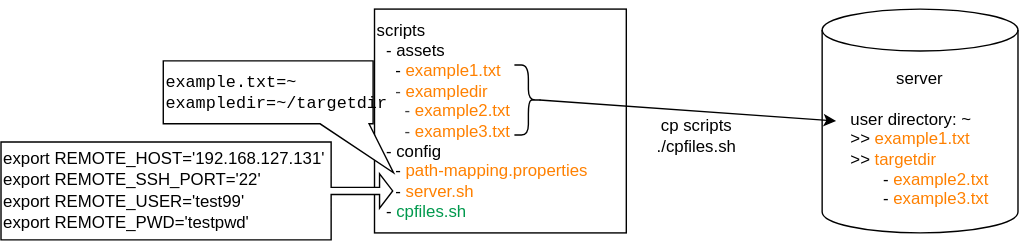
This is docs/assets/scripts/cpfiles.svg from saidake/simi-sandbox, a draw.io export, as it was before one commit. Source tidied: cells renumbered, new cells last; positions are measured from the earlier drawing's top-left corner, leaving out a move shared by most shapes.
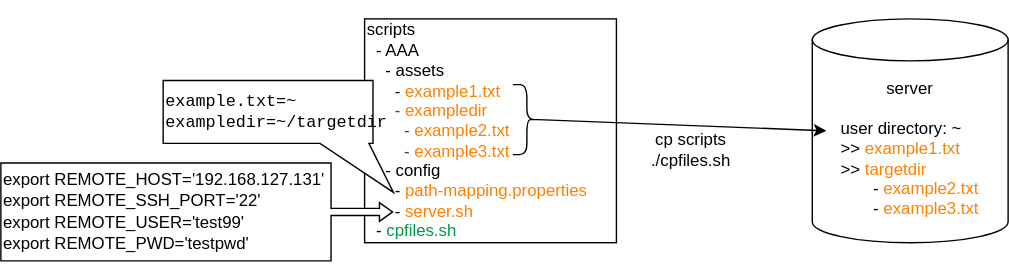
Later version of the same file.

What changed in the source:
```diff
@@ -2,20 +2,20 @@
   <root>
     <mxCell id="0" />
     <mxCell id="1" parent="0" />
-    <mxCell id="2" value="&lt;div&gt;&lt;br&gt;&lt;/div&gt;scripts&lt;div&gt;&amp;nbsp; - assets&lt;/div&gt;&lt;div&gt;&amp;nbsp; &amp;nbsp; - &lt;font style=&quot;color: rgb(255, 128, 0);&quot;&gt;example1.txt&lt;/font&gt;&lt;/div&gt;&lt;div&gt;&lt;font style=&quot;color: rgb(255, 128, 0);&quot;&gt;&amp;nbsp; &amp;nbsp;&amp;nbsp;&lt;/font&gt;&lt;span style=&quot;color: rgb(63, 63, 63); background-color: transparent;&quot;&gt;- &lt;/span&gt;&lt;span style=&quot;background-color: transparent;&quot;&gt;&lt;font style=&quot;color: rgb(255, 128, 0);&quot;&gt;exampledir&lt;/font&gt;&lt;/span&gt;&lt;/div&gt;&lt;div&gt;&lt;span style=&quot;color: rgb(63, 63, 63); background-color: transparent;&quot;&gt;&amp;nbsp; &amp;nbsp; &amp;nbsp; - &lt;/span&gt;&lt;span style=&quot;background-color: transparent;&quot;&gt;&lt;font style=&quot;color: rgb(255, 128, 0);&quot;&gt;example2.txt&lt;/font&gt;&lt;/span&gt;&lt;/div&gt;&lt;div&gt;&lt;span style=&quot;color: rgb(63, 63, 63); background-color: transparent;&quot;&gt;&amp;nbsp; &amp;nbsp; &amp;nbsp; - &lt;/span&gt;&lt;span style=&quot;background-color: transparent;&quot;&gt;&lt;font style=&quot;color: rgb(255, 128, 0);&quot;&gt;example3.txt&lt;/font&gt;&lt;/span&gt;&lt;/div&gt;&lt;div&gt;&amp;nbsp; - config&lt;/div&gt;&lt;div&gt;&amp;nbsp; &amp;nbsp; - &lt;font style=&quot;color: rgb(255, 128, 0);&quot;&gt;path-mapping.properties&lt;/font&gt;&lt;/div&gt;&lt;div&gt;&lt;font style=&quot;color: rgb(255, 128, 0);&quot;&gt;&amp;nbsp; &amp;nbsp; &lt;/font&gt;&lt;font style=&quot;color: rgb(0, 0, 0);&quot;&gt;- &lt;/font&gt;&lt;font style=&quot;color: rgb(255, 128, 0);&quot;&gt;server.sh&lt;/font&gt;&lt;/div&gt;&lt;div&gt;&amp;nbsp; - &lt;font style=&quot;color: rgb(0, 153, 77);&quot;&gt;cpfiles.sh&lt;/font&gt;&lt;/div&gt;&lt;div&gt;&lt;br&gt;&lt;/div&gt;" style="rounded=0;whiteSpace=wrap;html=1;align=left;" parent="1" vertex="1">
+    <mxCell id="2" value="&lt;div&gt;&lt;br&gt;&lt;/div&gt;scripts&lt;div&gt;&amp;nbsp; - AAA&lt;/div&gt;&lt;div&gt;&amp;nbsp; &amp;nbsp; - assets&lt;/div&gt;&lt;div&gt;&amp;nbsp; &amp;nbsp; &amp;nbsp; - &lt;font style=&quot;color: rgb(255, 128, 0);&quot;&gt;example1.txt&lt;/font&gt;&lt;/div&gt;&lt;div&gt;&lt;font style=&quot;color: rgb(255, 128, 0);&quot;&gt;&amp;nbsp; &amp;nbsp; &amp;nbsp;&amp;nbsp;&lt;/font&gt;&lt;span style=&quot;color: rgb(63, 63, 63); background-color: transparent;&quot;&gt;- &lt;/span&gt;&lt;span style=&quot;background-color: transparent;&quot;&gt;&lt;font style=&quot;color: rgb(255, 128, 0);&quot;&gt;exampledir&lt;/font&gt;&lt;/span&gt;&lt;/div&gt;&lt;div&gt;&lt;span style=&quot;color: rgb(63, 63, 63); background-color: transparent;&quot;&gt;&amp;nbsp; &amp;nbsp; &amp;nbsp; &amp;nbsp; - &lt;/span&gt;&lt;span style=&quot;background-color: transparent;&quot;&gt;&lt;font style=&quot;color: rgb(255, 128, 0);&quot;&gt;example2.txt&lt;/font&gt;&lt;/span&gt;&lt;/div&gt;&lt;div&gt;&lt;span style=&quot;color: rgb(63, 63, 63); background-color: transparent;&quot;&gt;&amp;nbsp; &amp;nbsp; &amp;nbsp; &amp;nbsp; - &lt;/span&gt;&lt;span style=&quot;background-color: transparent;&quot;&gt;&lt;font style=&quot;color: rgb(255, 128, 0);&quot;&gt;example3.txt&lt;/font&gt;&lt;/span&gt;&lt;/div&gt;&lt;div&gt;&amp;nbsp; &amp;nbsp; - config&lt;/div&gt;&lt;div&gt;&amp;nbsp; &amp;nbsp; &amp;nbsp; - &lt;font style=&quot;color: rgb(255, 128, 0);&quot;&gt;path-mapping.properties&lt;/font&gt;&lt;/div&gt;&lt;div&gt;&lt;font style=&quot;color: rgb(255, 128, 0);&quot;&gt;&amp;nbsp; &amp;nbsp; &amp;nbsp;&amp;nbsp;&lt;/font&gt;&lt;font style=&quot;color: rgb(0, 0, 0);&quot;&gt;- &lt;/font&gt;&lt;font style=&quot;color: rgb(255, 128, 0);&quot;&gt;server.sh&lt;/font&gt;&lt;/div&gt;&lt;div&gt;&amp;nbsp; - &lt;font style=&quot;color: rgb(0, 153, 77);&quot;&gt;cpfiles.sh&lt;/font&gt;&lt;/div&gt;&lt;div&gt;&lt;br&gt;&lt;/div&gt;" style="rounded=0;whiteSpace=wrap;html=1;align=left;" parent="1" vertex="1">
       <mxGeometry x="267" width="180" height="160" as="geometry" />
     </mxCell>
     <mxCell id="3" value="server&lt;div&gt;&lt;br&gt;&lt;/div&gt;&lt;div style=&quot;text-align: left;&quot;&gt;user directory: ~&lt;/div&gt;&lt;div&gt;&lt;div style=&quot;text-align: left;&quot;&gt;&lt;span style=&quot;background-color: transparent;&quot;&gt;&amp;gt;&amp;gt; &lt;font style=&quot;color: rgb(255, 128, 0);&quot;&gt;example1.txt&lt;/font&gt;&lt;/span&gt;&lt;/div&gt;&lt;div style=&quot;text-align: left;&quot;&gt;&lt;span style=&quot;background-color: transparent;&quot;&gt;&amp;gt;&amp;gt; &lt;font style=&quot;color: rgb(255, 128, 0);&quot;&gt;targetdir&lt;/font&gt;&lt;/span&gt;&lt;/div&gt;&lt;/div&gt;&lt;div style=&quot;text-align: left;&quot;&gt;&amp;nbsp; &amp;nbsp; &amp;nbsp; &amp;nbsp;- &lt;font style=&quot;color: rgb(255, 128, 0);&quot;&gt;example2.txt&lt;/font&gt;&lt;/div&gt;&lt;div style=&quot;text-align: left;&quot;&gt;&amp;nbsp; &amp;nbsp; &amp;nbsp; &amp;nbsp;- &lt;font style=&quot;color: rgb(255, 128, 0);&quot;&gt;example3.txt&lt;/font&gt;&lt;/div&gt;" style="shape=cylinder3;whiteSpace=wrap;html=1;boundedLbl=1;backgroundOutline=1;size=15;" parent="1" vertex="1">
       <mxGeometry x="587" width="140" height="160" as="geometry" />
     </mxCell>
     <mxCell id="4" value="&lt;pre&gt;&lt;font style=&quot;color: rgb(0, 0, 0);&quot;&gt;example.txt=~&lt;br&gt;exampledir=~/targetdir&lt;/font&gt;&lt;/pre&gt;" style="whiteSpace=wrap;html=1;shape=mxgraph.basic.rectCallout;dx=20.4;dy=35;boundedLbl=1;align=left;flipH=1;flipV=0;" parent="1" vertex="1">
-      <mxGeometry x="116" y="37" width="150" height="80" as="geometry" />
+      <mxGeometry x="123" y="44" width="150" height="80" as="geometry" />
     </mxCell>
-    <mxCell id="5" value="&lt;pre style=&quot;color: rgb(63, 63, 63);&quot;&gt;&lt;font style=&quot;color: rgb(0, 0, 0);&quot; face=&quot;Helvetica&quot;&gt;export REMOTE_HOST='192.168.127.131'&lt;br&gt;export REMOTE_SSH_PORT='22'&lt;br&gt;export REMOTE_USER='test99'&lt;br&gt;export REMOTE_PWD='testpwd'&lt;/font&gt;&lt;/pre&gt;" style="html=1;shadow=0;dashed=0;align=left;verticalAlign=middle;shape=mxgraph.arrows2.calloutArrow;dy=2.57;dx=9.39;notch=236;arrowHead=9.67;" parent="1" vertex="1">
-      <mxGeometry y="95" width="280" height="70" as="geometry" />
+    <mxCell id="5" value="&lt;pre style=&quot;color: rgb(63, 63, 63);&quot;&gt;&lt;font style=&quot;color: rgb(0, 0, 0);&quot; face=&quot;Helvetica&quot;&gt;export REMOTE_HOST='192.168.127.131'&lt;br&gt;export REMOTE_SSH_PORT='22'&lt;br&gt;export REMOTE_USER='test99'&lt;br&gt;export REMOTE_PWD='testpwd'&lt;/font&gt;&lt;/pre&gt;" style="html=1;shadow=0;dashed=0;align=left;verticalAlign=middle;shape=mxgraph.arrows2.calloutArrow;dy=2.57;dx=9.39;notch=236;arrowHead=4.1;" parent="1" vertex="1">
+      <mxGeometry x="7" y="103" width="280" height="70" as="geometry" />
     </mxCell>
     <mxCell id="6" style="shape=curlyBracket;whiteSpace=wrap;html=1;rounded=1;flipH=1;labelPosition=right;verticalLabelPosition=middle;align=left;verticalAlign=middle;" parent="1" vertex="1">
-      <mxGeometry x="367" y="40" width="20" height="50" as="geometry" />
+      <mxGeometry x="373" y="47" width="20" height="50" as="geometry" />
     </mxCell>
     <mxCell id="7" style="endArrow=classic;html=1;exitX=0.1;exitY=0.5;exitDx=0;exitDy=0;exitPerimeter=0;" parent="1" edge="1" source="6">
       <mxGeometry relative="1" as="geometry">
```
